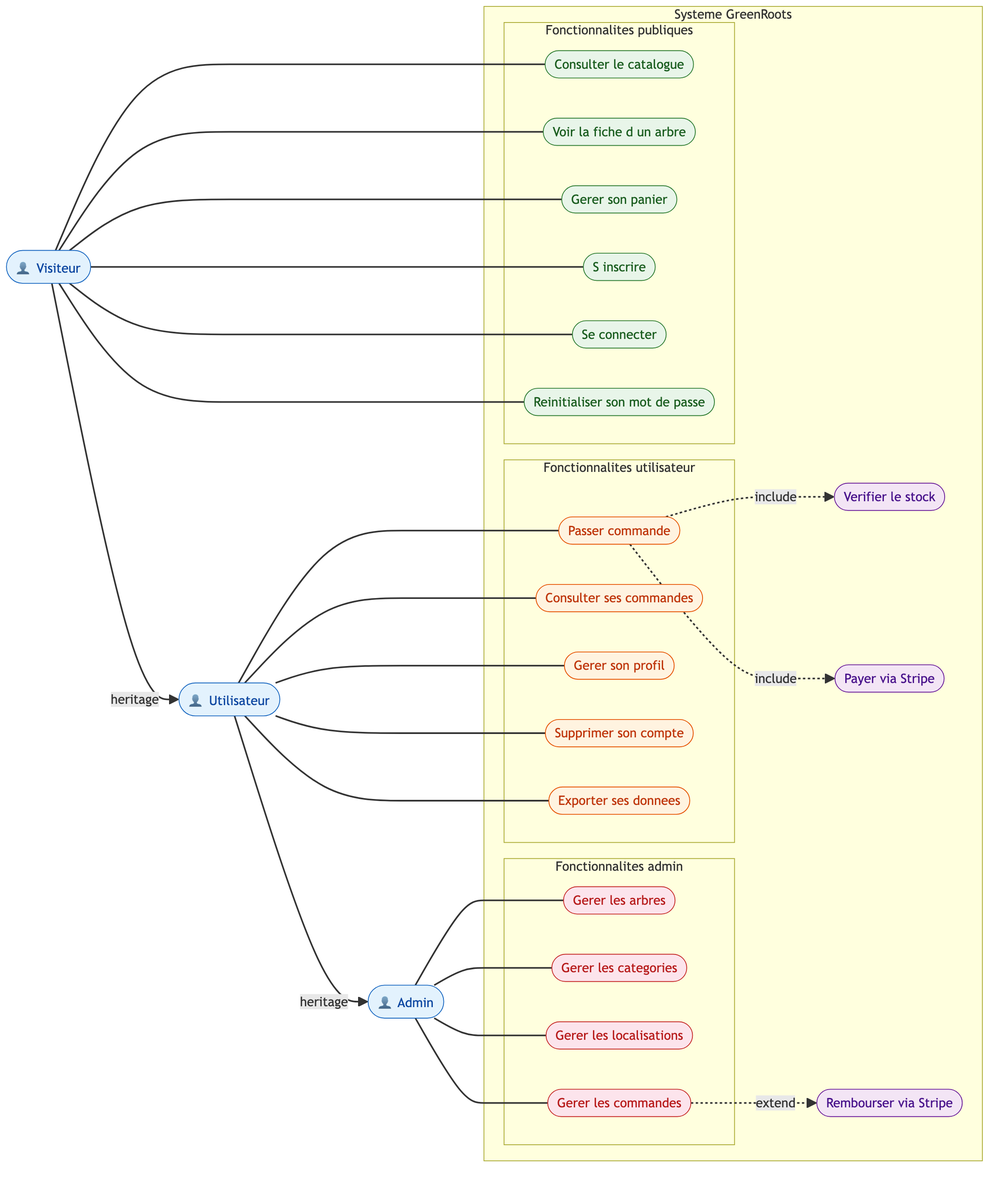
Above: diagrammes/annexe-4-cas-utilisation.png in tonympt/dossier-projet-cda (PlantUML), before the change. Its source is kept beside it as diagrammes/annexe-4-cas-utilisation.puml.
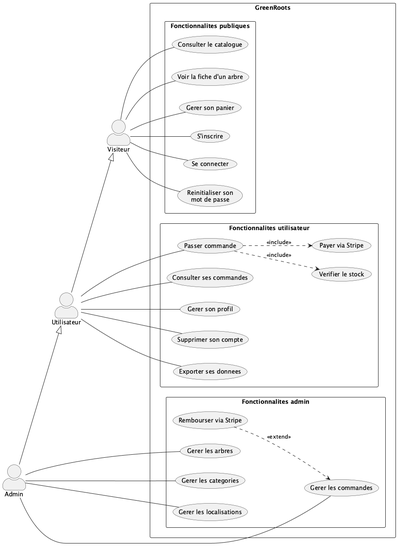
After the commit.

The edit, as a diff of the source:
```diff
@@ -24,6 +24,8 @@
 
     package "Fonctionnalites utilisateur" {
         usecase "Passer commande" as UC7
+        usecase "Verifier le stock" as UC16
+        usecase "Payer via Stripe" as UC17
         usecase "Consulter ses commandes" as UC8
         usecase "Gerer son profil" as UC9
         usecase "Supprimer son compte" as UC10
@@ -35,11 +37,8 @@
         usecase "Gerer les categories" as UC13
         usecase "Gerer les localisations" as UC14
         usecase "Gerer les commandes" as UC15
+        usecase "Rembourser via Stripe" as UC18
     }
-
-    usecase "Verifier le stock" as UC16
-    usecase "Payer via Stripe" as UC17
-    usecase "Rembourser via Stripe" as UC18
 }
 
 V -- UC1
@@ -62,6 +61,6 @@
 
 UC7 ..> UC16 : <<include>>
 UC7 ..> UC17 : <<include>>
-UC15 ..> UC18 : <<extend>>
+UC18 ..> UC15 : <<extend>>
 
 @enduml
```
